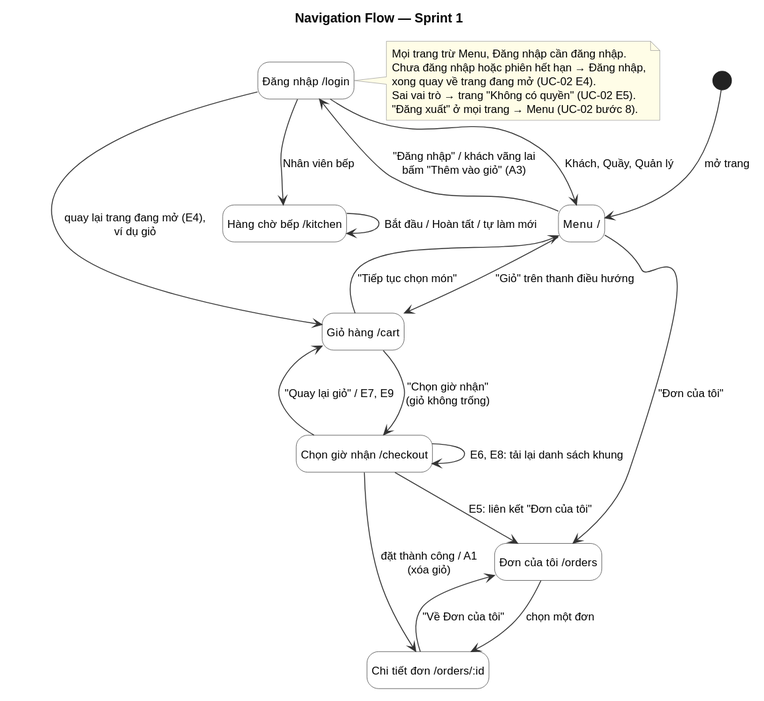
Above: 01-ManagedArea/03-Design/UI-Prototype/navigation-flow.svg in huyducnguyen0/smart-food-preorder (PlantUML), before the change.
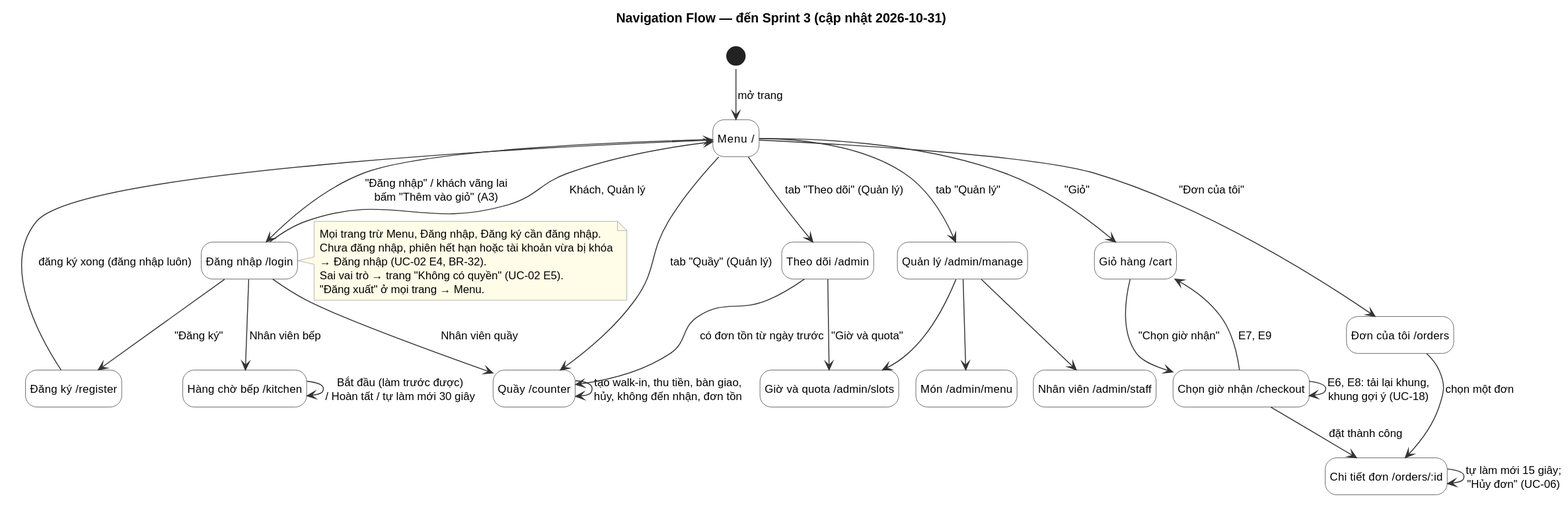
Later version of the same file.

Diff of the diagram source:
```diff
@@ -1,6 +1,7 @@
 @startuml
+!pragma layout smetana
 !include ../_style.iuml
-title Navigation Flow — Sprint 1
+title Navigation Flow — đến Sprint 3 (cập nhật 2026-10-31)
 hide empty description
 skinparam state {
   BackgroundColor #FFFFFF
@@ -9,37 +10,53 @@
 
 state "Menu  /" as Menu
 state "Đăng nhập  /login" as Login
+state "Đăng ký  /register" as Register
 state "Giỏ hàng  /cart" as Cart
 state "Chọn giờ nhận  /checkout" as Checkout
 state "Chi tiết đơn  /orders/:id" as Detail
 state "Đơn của tôi  /orders" as MyOrders
 state "Hàng chờ bếp  /kitchen" as Kitchen
+state "Quầy  /counter" as Counter
+state "Theo dõi  /admin" as Dashboard
+state "Quản lý  /admin/manage" as Manage
+state "Món  /admin/menu" as AdminMenu
+state "Giờ và quota  /admin/slots" as AdminSlots
+state "Nhân viên  /admin/staff" as AdminStaff
 
 [*] --> Menu : mở trang
 Menu --> Login : "Đăng nhập" / khách vãng lai\nbấm "Thêm vào giỏ" (A3)
-Login --> Menu : Khách, Quầy, Quản lý
+Login --> Register : "Đăng ký"
+Register --> Menu : đăng ký xong (đăng nhập luôn)
+Login --> Menu : Khách, Quản lý
 Login --> Kitchen : Nhân viên bếp
-Login --> Cart : quay lại trang đang mở (E4),\nví dụ giỏ
+Login --> Counter : Nhân viên quầy
 
-Menu --> Cart : "Giỏ" trên thanh điều hướng
-Cart --> Menu : "Tiếp tục chọn món"
-Cart --> Checkout : "Chọn giờ nhận"\n(giỏ không trống)
-Checkout --> Cart : "Quay lại giỏ" / E7, E9
-Checkout --> Checkout : E6, E8: tải lại danh sách khung
-Checkout --> Detail : đặt thành công / A1\n(xóa giỏ)
-Checkout --> MyOrders : E5: liên kết "Đơn của tôi"
-
+Menu --> Cart : "Giỏ"
+Cart --> Checkout : "Chọn giờ nhận"
+Checkout --> Cart : E7, E9
+Checkout --> Checkout : E6, E8: tải lại khung,\nkhung gợi ý (UC-18)
+Checkout --> Detail : đặt thành công
 Menu --> MyOrders : "Đơn của tôi"
 MyOrders --> Detail : chọn một đơn
-Detail --> MyOrders : "Về Đơn của tôi"
+Detail --> Detail : tự làm mới 15 giây;\n"Hủy đơn" (UC-06)
 
-Kitchen --> Kitchen : Bắt đầu / Hoàn tất / tự làm mới
+Kitchen --> Kitchen : Bắt đầu (làm trước được)\n/ Hoàn tất / tự làm mới 30 giây
+Counter --> Counter : tạo walk-in, thu tiền, bàn giao,\nhủy, không đến nhận, đơn tồn
+
+Menu --> Dashboard : tab "Theo dõi" (Quản lý)
+Menu --> Counter : tab "Quầy" (Quản lý)
+Menu --> Manage : tab "Quản lý"
+Manage --> AdminMenu
+Manage --> AdminSlots
+Manage --> AdminStaff
+Dashboard --> Counter : có đơn tồn từ ngày trước
+Dashboard --> AdminSlots : "Giờ và quota"
 
 note right of Login
-  Mọi trang trừ Menu, Đăng nhập cần đăng nhập.
-  Chưa đăng nhập hoặc phiên hết hạn → Đăng nhập,
-  xong quay về trang đang mở (UC-02 E4).
+  Mọi trang trừ Menu, Đăng nhập, Đăng ký cần đăng nhập.
+  Chưa đăng nhập, phiên hết hạn hoặc tài khoản vừa bị khóa
+  → Đăng nhập (UC-02 E4, BR-32).
   Sai vai trò → trang "Không có quyền" (UC-02 E5).
-  "Đăng xuất" ở mọi trang → Menu (UC-02 bước 8).
+  "Đăng xuất" ở mọi trang → Menu.
 end note
 @enduml
```
